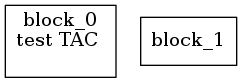
The Graphviz diagram assignment_3/ir.png in DahVoid/DV1655, before a commit. Its source is kept beside it as assignment_3/ir.dot.
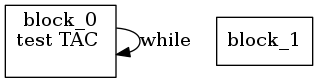
The same file after the commit.

Commit message:
While loop to BB complete

Change to the diagram source:
```diff
@@ -5,5 +5,6 @@
 test TAC
 
 "];
+block_0 -> block_0 [label="while"];
 block_1 [label="block_1"];
 }
```
